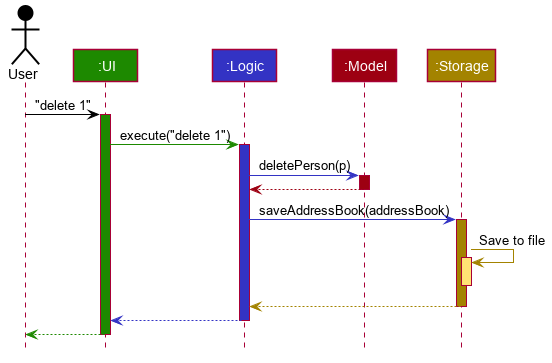
Above: docs/images/ArchitectureSequenceDiagram.png in nus-cs2103-AY1920S1/addressbook-level3 (PlantUML), before the change.
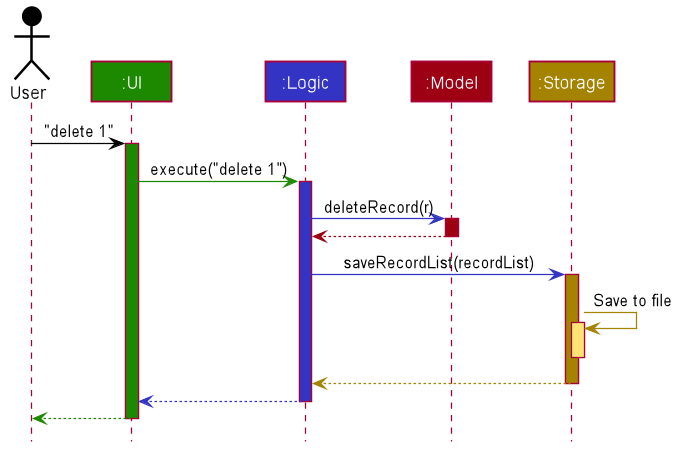
After the commit.

Commit message:
Update section 2.1 in developer guide to suit SugarMummy

Diff of the diagram source:
```diff
@@ -51,7 +51,7 @@
 Actor User as user #000000
 Participant ":UI" as ui #1D8900
 Participant ":Logic" as logic #3333C4
-Participant ":Model" as model #9D0012
+Participant ":Model" as sugarmummy.recmfood.model #9D0012
 Participant ":Storage" as storage #A38300
 
 user -[#000000]> ui : "delete 1"
@@ -60,13 +60,13 @@
 ui -[#1D8900]> logic : execute("delete 1")
 activate logic #3333C4
 
-logic -[#3333C4]> model : deletePerson(p)
-activate model #9D0012
+logic -[#3333C4]> sugarmummy.recmfood.model : deleteRecord(r)
+activate sugarmummy.recmfood.model #9D0012
 
-model -[#9D0012]-> logic
-deactivate model
+sugarmummy.recmfood.model -[#9D0012]-> logic
+deactivate sugarmummy.recmfood.model
 
-logic -[#3333C4]> storage : saveAddressBook(addressBook)
+logic -[#3333C4]> storage : saveRecordList(recordList)
 activate storage #A38300
 
 storage -[#A38300]> storage : Save to file
```
